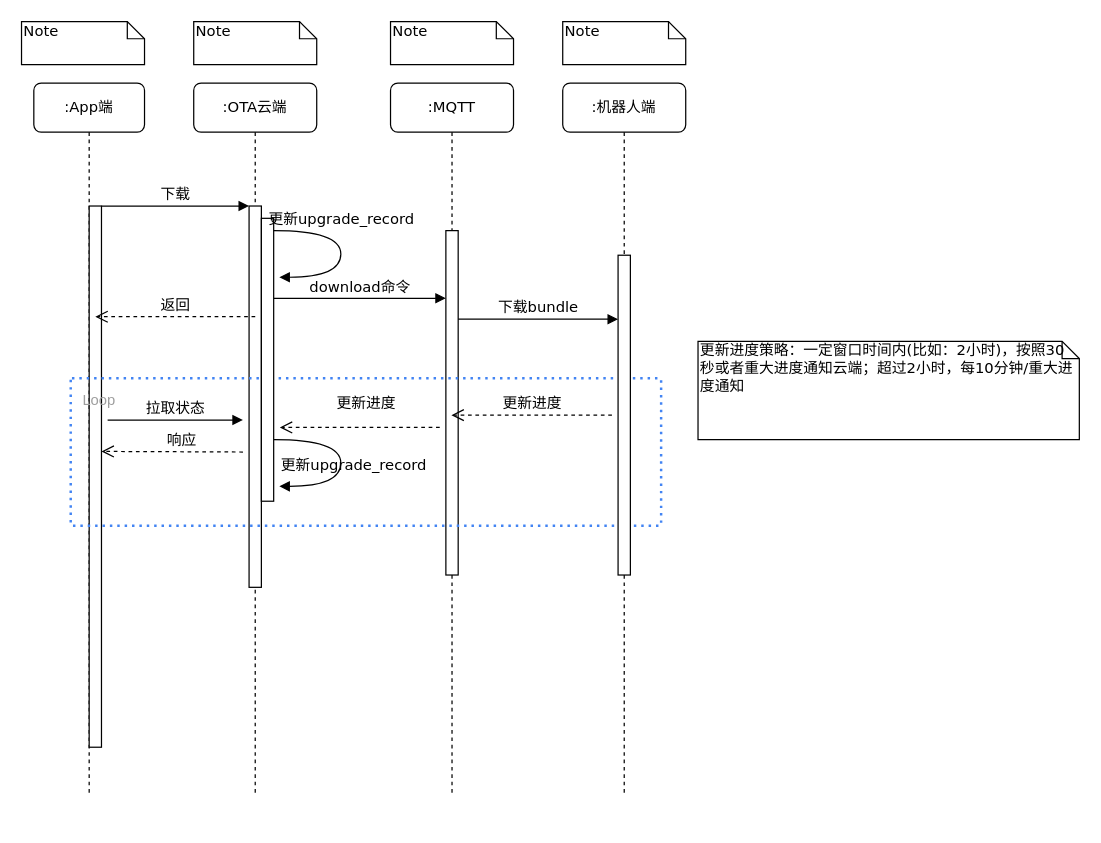
This is craft/download_flow.drawio from feihu618/drawio, a draw.io file, before an edit. Source tidied: cells renumbered, new cells numbered last; positions are measured from the earlier drawing's top-left corner, leaving out a move shared by most shapes. Both pictures are drawn from the tidied source at 123%, with x=0, y=0 at pixel (21, 21).
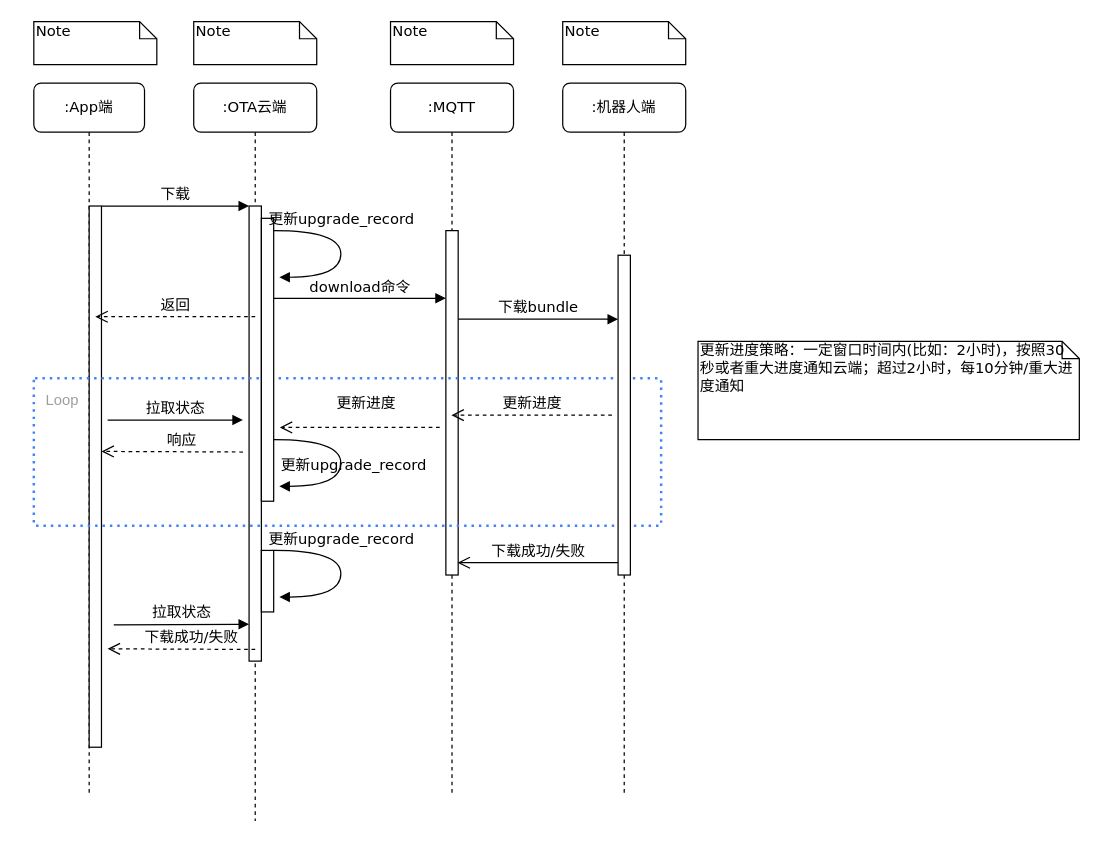
After the change.

The change refers to these unchanged cells:
```xml
<mxCell id="8" value=":App端" style="shape=umlLifeline;perimeter=lifelinePerimeter;whiteSpace=wrap;html=1;rounded=1;shadow=0;comic=0;labelBackgroundColor=none;strokeWidth=1;fontFamily=Verdana;fontSize=12;align=center;" parent="1" vertex="1">
  <mxGeometry x="10" y="50" width="90" height="580" as="geometry" />
</mxCell>
```

Change to the diagram source:
```diff
@@
     <mxCell id="2" value=":OTA云端" style="shape=umlLifeline;perimeter=lifelinePerimeter;whiteSpace=wrap;html=1;rounded=1;shadow=0;comic=0;labelBackgroundColor=none;strokeWidth=1;fontFamily=Verdana;fontSize=12;align=center;" parent="1" vertex="1">
-      <mxGeometry x="140" y="50" width="100" height="580" as="geometry" />
+      <mxGeometry x="140" y="50" width="100" height="600" as="geometry" />
     </mxCell>
     <mxCell id="3" style="html=1;points=[];perimeter=orthogonalPerimeter;rounded=0;shadow=0;comic=0;labelBackgroundColor=none;strokeWidth=1;fontFamily=Verdana;fontSize=12;align=center;" parent="2" vertex="1">
-      <mxGeometry x="45" y="100" width="10" height="310" as="geometry" />
+      <mxGeometry x="45" y="100" width="10" height="370" as="geometry" />
     </mxCell>
@@
+    <mxCell id="28" style="html=1;perimeter=orthogonalPerimeter;rounded=0;shadow=0;comic=0;labelBackgroundColor=none;strokeWidth=1;fontFamily=Verdana;fontSize=12;align=center;" parent="2" vertex="1">
+      <mxGeometry x="55" y="380" width="10" height="50" as="geometry" />
+    </mxCell>
+    <mxCell id="29" value="拉取状态" style="html=1;verticalAlign=bottom;endArrow=block;entryX=0;entryY=0;labelBackgroundColor=none;fontFamily=Verdana;fontSize=12;edgeStyle=elbowEdgeStyle;elbow=vertical;" parent="2" edge="1">
+      <mxGeometry relative="1" as="geometry">
+        <mxPoint x="-65" y="440.5" as="sourcePoint" />
+        <mxPoint x="45" y="440" as="targetPoint" />
+        <Array as="points">
+          <mxPoint x="-80" y="440" />
+        </Array>
+      </mxGeometry>
+    </mxCell>
@@
     <mxCell id="10" value="Loop" style="rounded=1;absoluteArcSize=1;arcSize=2;html=1;strokeColor=#33FF99;gradientColor=none;shadow=0;dashed=1;strokeColor=#4284F3;fontSize=12;fontColor=#9E9E9E;align=left;verticalAlign=top;spacing=10;spacingTop=-4;fillColor=none;dashPattern=1 2;strokeWidth=2;" parent="8" vertex="1">
-      <mxGeometry x="30" y="240" width="480" height="120" as="geometry" />
+      <mxGeometry y="240" width="510" height="120" as="geometry" />
     </mxCell>
@@
     <mxCell id="16" value="Note" style="shape=note;whiteSpace=wrap;html=1;size=14;verticalAlign=top;align=left;spacingTop=-6;rounded=0;shadow=0;comic=0;labelBackgroundColor=none;strokeWidth=1;fontFamily=Verdana;fontSize=12;" parent="1" vertex="1">
-      <mxGeometry width="100" height="35" as="geometry" />
+      <mxGeometry x="10" width="100" height="35" as="geometry" />
     </mxCell>
@@
+    <mxCell id="30" value="下载成功/失败" style="html=1;verticalAlign=bottom;endArrow=open;endSize=8;labelBackgroundColor=none;fontFamily=Verdana;fontSize=12;" parent="1" edge="1">
+      <mxGeometry relative="1" as="geometry">
+        <mxPoint x="485" y="440" as="sourcePoint" />
+        <mxPoint x="354.5" y="440" as="targetPoint" />
+      </mxGeometry>
+    </mxCell>
+    <mxCell id="31" value="更新upgrade_record" style="html=1;verticalAlign=bottom;endArrow=block;labelBackgroundColor=none;fontFamily=Verdana;fontSize=12;elbow=vertical;edgeStyle=orthogonalEdgeStyle;curved=1;entryX=1;entryY=0.286;entryPerimeter=0;exitX=1.038;exitY=0.345;exitPerimeter=0;" parent="1" edge="1">
+      <mxGeometry x="-0.23" relative="1" as="geometry">
+        <mxPoint x="205" y="430" as="sourcePoint" />
+        <mxPoint x="209.6" y="467.9" as="targetPoint" />
+        <Array as="points">
+          <mxPoint x="259.6" y="429.9" />
+          <mxPoint x="259.6" y="467.9" />
+        </Array>
+      </mxGeometry>
+    </mxCell>
+    <mxCell id="32" value="下载成功/失败" style="html=1;verticalAlign=bottom;endArrow=open;dashed=1;endSize=8;labelBackgroundColor=none;fontFamily=Verdana;fontSize=12;" parent="1" edge="1">
+      <mxGeometry x="-0.13" relative="1" as="geometry">
+        <mxPoint x="190" y="510.5" as="sourcePoint" />
+        <mxPoint x="70" y="510" as="targetPoint" />
+      </mxGeometry>
+    </mxCell>
```
